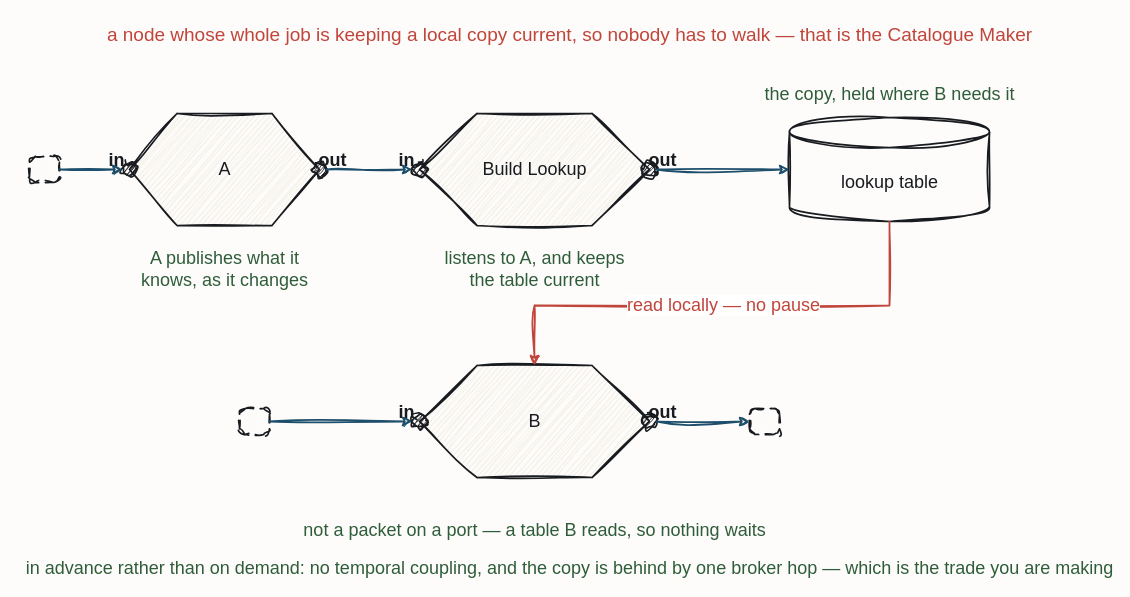
iancooper/practical-messaging keeps this draw.io diagram as resources/flow-lookup-build.drawio. Above is the earlier version. Source tidied: cells renumbered, new cells numbered last; positions are measured from the earlier drawing's top-left corner, leaving out a move shared by most shapes. Both pictures are drawn from the tidied source at 100%, with x=0, y=0 at pixel (29, 17).
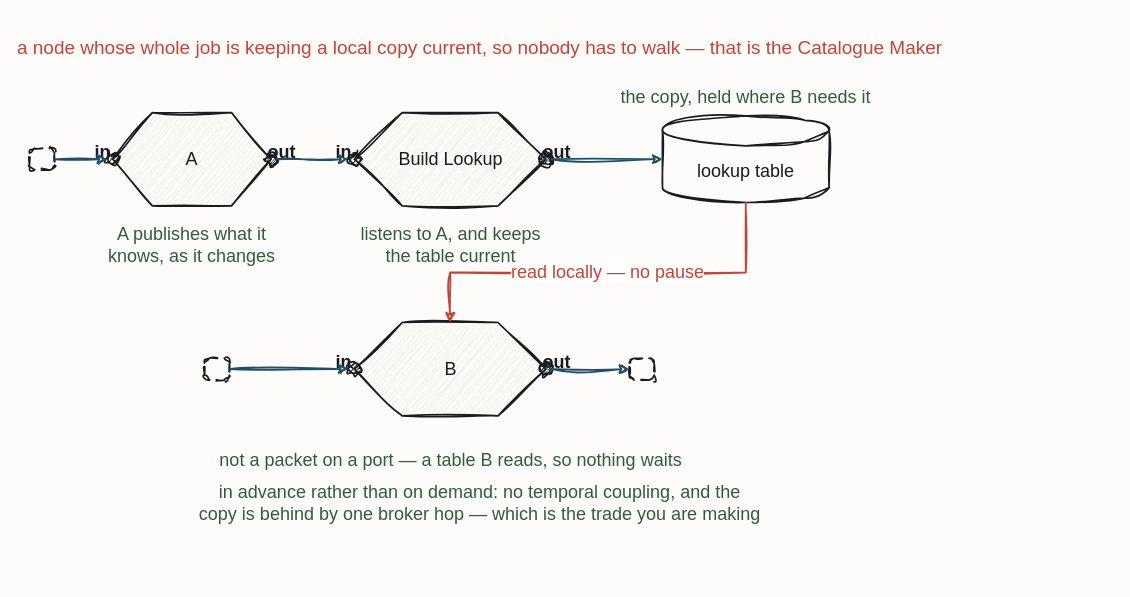
Above is the later version.

What changed in the source:
```diff
@@
     <mxCell id="2" value="a node whose whole job is keeping a local copy current, so nobody has to walk — that is the Catalogue Maker" style="text;html=1;align=center;fontFamily=Caveat;fontSize=19;fontColor=#C0453B;" parent="1" vertex="1">
-      <mxGeometry x="480" width="120" height="20" as="geometry" />
+      <mxGeometry x="389.8" y="13.1" width="120" height="20" as="geometry" />
     </mxCell>
     <mxCell id="3" value="A" style="sketch=1;hachureGap=4;jiggle=2;curveFitting=1;fontFamily=Caveat;html=1;shape=hexagon;perimeter=hexagonPerimeter2;strokeColor=#181B1F;strokeWidth=1.7;fillColor=#F3EFE6;fontColor=#181B1F;fontSize=18;" parent="1" vertex="1">
-      <mxGeometry x="100" y="96" width="190" height="112" as="geometry" />
+      <mxGeometry x="83.3" y="95.1" width="158.3" height="93.3" as="geometry" />
     </mxCell>
     <mxCell id="4" style="sketch=1;hachureGap=4;jiggle=2;curveFitting=1;fontFamily=Caveat;html=1;ellipse;verticalLabelPosition=bottom;verticalAlign=top;strokeColor=#181B1F;strokeWidth=1.7;fillColor=#181B1F;fontColor=#181B1F;fontSize=14;" parent="1" vertex="1">
-      <mxGeometry x="93" y="145" width="14" height="14" as="geometry" />
+      <mxGeometry x="77.5" y="135.9" width="11.7" height="11.7" as="geometry" />
     </mxCell>
     <mxCell id="5" value="in" style="text;html=1;align=center;fontFamily=Caveat;fontSize=18;fontColor=#181B1F;fontStyle=1;" parent="1" vertex="1">
-      <mxGeometry x="27" y="126" width="120" height="20" as="geometry" />
+      <mxGeometry x="12.5" y="118" width="120" height="20" as="geometry" />
     </mxCell>
     <mxCell id="6" style="sketch=1;hachureGap=4;jiggle=2;curveFitting=1;fontFamily=Caveat;html=1;ellipse;verticalLabelPosition=bottom;verticalAlign=top;strokeColor=#181B1F;strokeWidth=1.7;fillColor=#181B1F;fontColor=#181B1F;fontSize=14;" parent="1" vertex="1">
-      <mxGeometry x="283" y="145" width="14" height="14" as="geometry" />
+      <mxGeometry x="235.7" y="135.9" width="11.7" height="11.7" as="geometry" />
     </mxCell>
     <mxCell id="7" value="out" style="text;html=1;align=center;fontFamily=Caveat;fontSize=18;fontColor=#181B1F;fontStyle=1;" parent="1" vertex="1">
-      <mxGeometry x="243" y="126" width="120" height="20" as="geometry" />
+      <mxGeometry x="192.4" y="118" width="120" height="20" as="geometry" />
     </mxCell>
     <mxCell id="8" value="Build Lookup" style="sketch=1;hachureGap=4;jiggle=2;curveFitting=1;fontFamily=Caveat;html=1;shape=hexagon;perimeter=hexagonPerimeter2;strokeColor=#181B1F;strokeWidth=1.7;fillColor=#F3EFE6;fontColor=#181B1F;fontSize=18;" parent="1" vertex="1">
-      <mxGeometry x="390" y="96" width="230" height="112" as="geometry" />
+      <mxGeometry x="324.8" y="95.1" width="191.6" height="93.3" as="geometry" />
     </mxCell>
     <mxCell id="9" style="sketch=1;hachureGap=4;jiggle=2;curveFitting=1;fontFamily=Caveat;html=1;ellipse;verticalLabelPosition=bottom;verticalAlign=top;strokeColor=#181B1F;strokeWidth=1.7;fillColor=#181B1F;fontColor=#181B1F;fontSize=14;" parent="1" vertex="1">
-      <mxGeometry x="383" y="145" width="14" height="14" as="geometry" />
+      <mxGeometry x="319" y="135.9" width="11.7" height="11.7" as="geometry" />
     </mxCell>
     <mxCell id="10" value="in" style="text;html=1;align=center;fontFamily=Caveat;fontSize=18;fontColor=#181B1F;fontStyle=1;" parent="1" vertex="1">
-      <mxGeometry x="317" y="126" width="120" height="20" as="geometry" />
+      <mxGeometry x="254" y="118" width="120" height="20" as="geometry" />
     </mxCell>
     <mxCell id="11" style="sketch=1;hachureGap=4;jiggle=2;curveFitting=1;fontFamily=Caveat;html=1;ellipse;verticalLabelPosition=bottom;verticalAlign=top;strokeColor=#181B1F;strokeWidth=1.7;fillColor=#181B1F;fontColor=#181B1F;fontSize=14;" parent="1" vertex="1">
-      <mxGeometry x="613" y="145" width="14" height="14" as="geometry" />
+      <mxGeometry x="510.6" y="135.9" width="11.7" height="11.7" as="geometry" />
     </mxCell>
     <mxCell id="12" value="out" style="text;html=1;align=center;fontFamily=Caveat;fontSize=18;fontColor=#181B1F;fontStyle=1;" parent="1" vertex="1">
-      <mxGeometry x="573" y="126" width="120" height="20" as="geometry" />
+      <mxGeometry x="467.2" y="118" width="120" height="20" as="geometry" />
     </mxCell>
     <mxCell id="13" value="lookup table" style="sketch=1;hachureGap=4;jiggle=2;curveFitting=1;fontFamily=Caveat;html=1;shape=cylinder3;boundedLbl=1;backgroundOutline=1;strokeColor=#181B1F;strokeWidth=1.7;fillColor=none;fontColor=#181B1F;fontSize=18;" parent="1" vertex="1">
-      <mxGeometry x="760" y="100" width="200" height="104" as="geometry" />
+      <mxGeometry x="633" y="98.4" width="166.6" height="86.6" as="geometry" />
     </mxCell>
     <mxCell id="14" value="B" style="sketch=1;hachureGap=4;jiggle=2;curveFitting=1;fontFamily=Caveat;html=1;shape=hexagon;perimeter=hexagonPerimeter2;strokeColor=#181B1F;strokeWidth=1.7;fillColor=#F3EFE6;fontColor=#181B1F;fontSize=18;" parent="1" vertex="1">
-      <mxGeometry x="390" y="348" width="230" height="112" as="geometry" />
+      <mxGeometry x="324.8" y="305" width="191.6" height="93.3" as="geometry" />
     </mxCell>
     <mxCell id="15" style="sketch=1;hachureGap=4;jiggle=2;curveFitting=1;fontFamily=Caveat;html=1;ellipse;verticalLabelPosition=bottom;verticalAlign=top;strokeColor=#181B1F;strokeWidth=1.7;fillColor=#181B1F;fontColor=#181B1F;fontSize=14;" parent="1" vertex="1">
-      <mxGeometry x="383" y="397" width="14" height="14" as="geometry" />
+      <mxGeometry x="319" y="345.8" width="11.7" height="11.7" as="geometry" />
     </mxCell>
     <mxCell id="16" value="in" style="text;html=1;align=center;fontFamily=Caveat;fontSize=18;fontColor=#181B1F;fontStyle=1;" parent="1" vertex="1">
-      <mxGeometry x="317" y="378" width="120" height="20" as="geometry" />
+      <mxGeometry x="254" y="327.9" width="120" height="20" as="geometry" />
     </mxCell>
     <mxCell id="17" style="sketch=1;hachureGap=4;jiggle=2;curveFitting=1;fontFamily=Caveat;html=1;ellipse;verticalLabelPosition=bottom;verticalAlign=top;strokeColor=#181B1F;strokeWidth=1.7;fillColor=#181B1F;fontColor=#181B1F;fontSize=14;" parent="1" vertex="1">
-      <mxGeometry x="613" y="397" width="14" height="14" as="geometry" />
+      <mxGeometry x="510.6" y="345.8" width="11.7" height="11.7" as="geometry" />
     </mxCell>
     <mxCell id="18" value="out" style="text;html=1;align=center;fontFamily=Caveat;fontSize=18;fontColor=#181B1F;fontStyle=1;" parent="1" vertex="1">
-      <mxGeometry x="573" y="378" width="120" height="20" as="geometry" />
+      <mxGeometry x="467.2" y="327.9" width="120" height="20" as="geometry" />
     </mxCell>
     <mxCell id="19" style="sketch=1;hachureGap=4;jiggle=2;curveFitting=1;fontFamily=Caveat;html=1;rounded=1;arcSize=22;dashed=1;dashPattern=5 4;strokeColor=#181B1F;strokeWidth=1.7;fillColor=#FDFCFA;fontColor=#181B1F;fontSize=13;" parent="1" vertex="1">
-      <mxGeometry y="139" width="30" height="26" as="geometry" />
+      <mxGeometry y="130.9" width="25" height="21.7" as="geometry" />
     </mxCell>
     <mxCell id="20" style="sketch=1;hachureGap=4;jiggle=2;curveFitting=1;fontFamily=Caveat;html=1;rounded=1;arcSize=22;dashed=1;dashPattern=5 4;strokeColor=#181B1F;strokeWidth=1.7;fillColor=#FDFCFA;fontColor=#181B1F;fontSize=13;" parent="1" vertex="1">
-      <mxGeometry x="210" y="391" width="30" height="26" as="geometry" />
+      <mxGeometry x="174.9" y="340.8" width="25" height="21.7" as="geometry" />
     </mxCell>
     <mxCell id="21" style="sketch=1;hachureGap=4;jiggle=2;curveFitting=1;fontFamily=Caveat;html=1;rounded=1;arcSize=22;dashed=1;dashPattern=5 4;strokeColor=#181B1F;strokeWidth=1.7;fillColor=#FDFCFA;fontColor=#181B1F;fontSize=13;" parent="1" vertex="1">
-      <mxGeometry x="720" y="391" width="30" height="26" as="geometry" />
+      <mxGeometry x="599.7" y="340.8" width="25" height="21.7" as="geometry" />
     </mxCell>
     <mxCell id="22" value="A publishes what it&#10;knows, as it changes" style="text;html=1;align=center;fontFamily=Caveat;fontSize=18;fontColor=#2F5D3A;" parent="1" vertex="1">
-      <mxGeometry x="135" y="224" width="120" height="20" as="geometry" />
+      <mxGeometry x="102.4" y="199.7" width="120" height="20" as="geometry" />
     </mxCell>
     <mxCell id="23" value="listens to A, and keeps&#10;the table current" style="text;html=1;align=center;fontFamily=Caveat;fontSize=18;fontColor=#2F5D3A;" parent="1" vertex="1">
-      <mxGeometry x="445" y="224" width="120" height="20" as="geometry" />
+      <mxGeometry x="360.6" y="199.7" width="120" height="20" as="geometry" />
     </mxCell>
     <mxCell id="24" value="the copy, held where B needs it" style="text;html=1;align=center;fontFamily=Caveat;fontSize=18;fontColor=#2F5D3A;" parent="1" vertex="1">
-      <mxGeometry x="800" y="60" width="120" height="20" as="geometry" />
+      <mxGeometry x="656.3" y="63.1" width="120" height="20" as="geometry" />
     </mxCell>
     <mxCell id="25" value="not a packet on a port — a table B reads, so nothing waits" style="text;html=1;align=center;fontFamily=Caveat;fontSize=18;fontColor=#2F5D3A;" parent="1" vertex="1">
-      <mxGeometry x="445" y="496" width="120" height="20" as="geometry" />
+      <mxGeometry x="360.6" y="426.2" width="120" height="20" as="geometry" />
     </mxCell>
-    <mxCell id="26" value="in advance rather than on demand: no temporal coupling, and the copy is behind by one broker hop — which is the trade you are making" style="text;html=1;align=center;fontFamily=Caveat;fontSize=18;fontColor=#2F5D3A;" parent="1" vertex="1">
-      <mxGeometry x="480" y="534" width="120" height="20" as="geometry" />
+    <mxCell id="26" value="in advance rather than on demand: no temporal coupling, and the&#10;copy is behind by one broker hop — which is the trade you are making" style="text;html=1;align=center;fontFamily=Caveat;fontSize=18;fontColor=#2F5D3A;" parent="1" vertex="1">
+      <mxGeometry x="389.8" y="457.9" width="120" height="20" as="geometry" />
     </mxCell>
@@
     <mxCell id="32" value="read locally — no pause" style="sketch=1;jiggle=2;curveFitting=1;edgeStyle=none;rounded=0;strokeColor=#C0453B;strokeWidth=1.8;fontFamily=Caveat;fontSize=18;fontColor=#C0453B;html=1;exitX=0.5;exitY=1.0;exitDx=0;exitDy=0;entryX=0.5;entryY=0.0;entryDx=0;entryDy=0;" parent="1" edge="1" source="13" target="14">
       <mxGeometry relative="1" as="geometry">
         <Array as="points">
-          <mxPoint x="860" y="288" />
-          <mxPoint x="505" y="288" />
+          <mxPoint x="716.3" y="255" />
+          <mxPoint x="420.6" y="255" />
         </Array>
       </mxGeometry>
     </mxCell>
```
